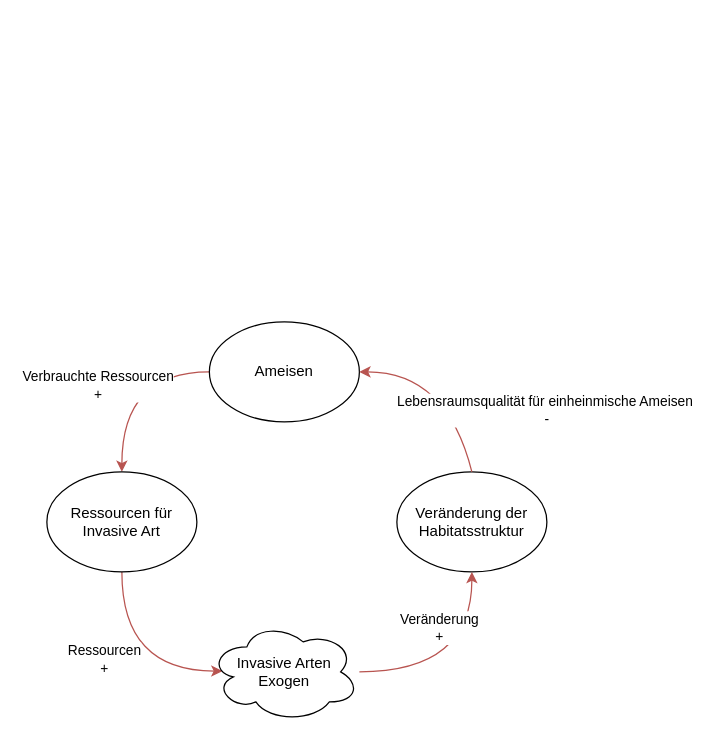
Earlier version of the draw.io diagram Causal_loop_Simplified.drawio (c4-hash/mss_ameisen). Source tidied: cells renumbered, new cells numbered last; positions are measured from the earlier drawing's top-left corner, leaving out a move shared by most shapes. Both pictures are drawn from the tidied source at 125%, with x=0, y=0 at pixel (46, 321).
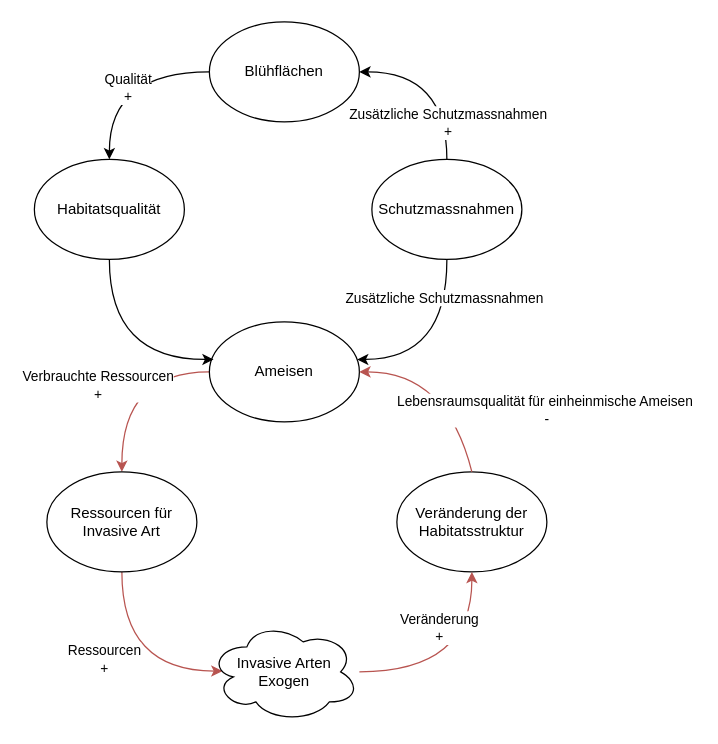
The same page after the edit.

Commit message:
Causal_loop weiter angepasst

Unchanged cells that the change refers to:
```xml
<mxCell id="4" value="Ameisen" style="ellipse;whiteSpace=wrap;html=1;" parent="1" vertex="1">
  <mxGeometry x="130" width="120" height="80" as="geometry" />
</mxCell>
```

The edit, as a diff of the source:
```diff
@@
+    <mxCell id="14" style="edgeStyle=orthogonalEdgeStyle;rounded=0;jettySize=auto;html=1;curved=1;entryX=0.028;entryY=0.376;entryDx=0;entryDy=0;entryPerimeter=0;exitX=0.5;exitY=1;exitDx=0;exitDy=0;" parent="1" edge="1" source="15" target="4">
+      <mxGeometry relative="1" as="geometry">
+        <Array as="points">
+          <mxPoint x="50" y="30" />
+        </Array>
+      </mxGeometry>
+    </mxCell>
+    <mxCell id="15" value="Habitatsqualität" style="ellipse;whiteSpace=wrap;html=1;" parent="1" vertex="1">
+      <mxGeometry x="-10" y="-130" width="120" height="80" as="geometry" />
+    </mxCell>
+    <mxCell id="16" style="edgeStyle=orthogonalEdgeStyle;rounded=0;jettySize=auto;html=1;entryX=0.5;entryY=0;entryDx=0;entryDy=0;curved=1;" parent="1" edge="1" source="18" target="15">
+      <mxGeometry relative="1" as="geometry" />
+    </mxCell>
+    <mxCell id="17" value="Qualität&lt;div&gt;+&lt;/div&gt;" style="edgeLabel;html=1;align=center;verticalAlign=middle;" parent="16" vertex="1">
+      <mxGeometry x="-0.12" y="12" relative="1" as="geometry" />
+    </mxCell>
+    <mxCell id="18" value="Blühflächen" style="ellipse;whiteSpace=wrap;html=1;" parent="1" vertex="1">
+      <mxGeometry x="130" y="-240" width="120" height="80" as="geometry" />
+    </mxCell>
+    <mxCell id="19" style="edgeStyle=orthogonalEdgeStyle;rounded=0;jettySize=auto;html=1;entryX=1;entryY=0.5;entryDx=0;entryDy=0;curved=1;exitX=0.5;exitY=0;exitDx=0;exitDy=0;" parent="1" edge="1" source="21" target="18">
+      <mxGeometry relative="1" as="geometry" />
+    </mxCell>
+    <mxCell id="20" value="Zusätzliche Schutzmassnahmen&lt;div&gt;+&lt;/div&gt;" style="edgeLabel;html=1;align=center;verticalAlign=middle;" parent="19" vertex="1">
+      <mxGeometry x="-0.29" y="13" relative="1" as="geometry">
+        <mxPoint x="13" y="20" as="offset" />
+      </mxGeometry>
+    </mxCell>
+    <mxCell id="21" value="Schutzmassnahmen" style="ellipse;whiteSpace=wrap;html=1;" parent="1" vertex="1">
+      <mxGeometry x="260" y="-130" width="120" height="80" as="geometry" />
+    </mxCell>
+    <mxCell id="22" style="edgeStyle=orthogonalEdgeStyle;rounded=0;jettySize=auto;html=1;curved=1;entryX=0.985;entryY=0.376;entryDx=0;entryDy=0;entryPerimeter=0;" parent="1" edge="1" source="21" target="4">
+      <mxGeometry relative="1" as="geometry">
+        <Array as="points">
+          <mxPoint x="320" y="30" />
+        </Array>
+      </mxGeometry>
+    </mxCell>
+    <mxCell id="23" value="Zusätzliche Schutzmassnahmen" style="edgeLabel;html=1;align=center;verticalAlign=middle;" parent="22" vertex="1">
+      <mxGeometry x="-0.6" y="-3" relative="1" as="geometry" />
+    </mxCell>
```
